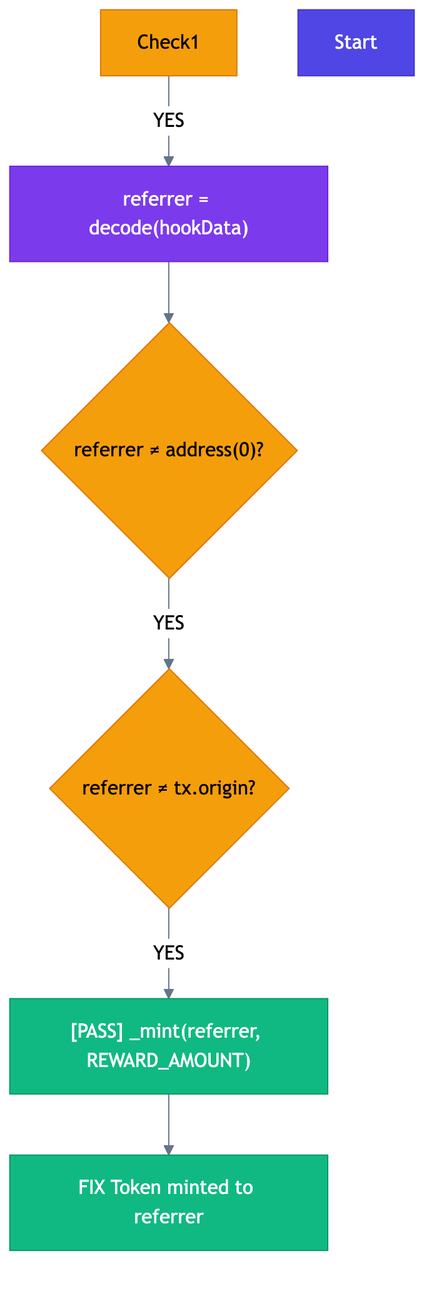
guglxni/the-fixer-hook keeps this Mermaid diagram as docs/diagrams/SYSTEM_DESIGN_4.png. Above is the earlier version. Its source is kept beside it as docs/diagrams/SYSTEM_DESIGN_4.mmd. Its diagram source:
```mermaid
%%{init: {'theme': 'neutral', 'themeVariables': { 'primaryColor': '#2563eb', 'primaryTextColor': '#1e293b', 'primaryBorderColor': '#3b82f6', 'lineColor': '#64748b', 'secondaryColor': '#f1f5f9', 'tertiaryColor': '#e2e8f0'}}}%%
flowchart TD
    Check1 -- "YES" --> Decode["referrer = decode(hookData)"]
    Decode --> Check2{"referrer ≠ address(0)?"}
    Check2 -- "YES" --> Check3{"referrer ≠ tx.origin?"}
    Check3 -- "YES" --> Mint["[PASS] _mint(referrer, REWARD_AMOUNT)"]
    Mint --> Result[" FIX Token minted to referrer"]
    style Start fill:#4F46E5,color:#fff,stroke:#4338CA
    style Check1 fill:#F59E0B,color:#000,stroke:#D97706
    style Decode fill:#7C3AED,color:#fff,stroke:#6D28D9
    style Check2 fill:#F59E0B,color:#000,stroke:#D97706
    style Check3 fill:#F59E0B,color:#000,stroke:#D97706
    style Mint fill:#10B981,color:#fff,stroke:#059669
    style Result fill:#10B981,color:#fff,stroke:#059669
```
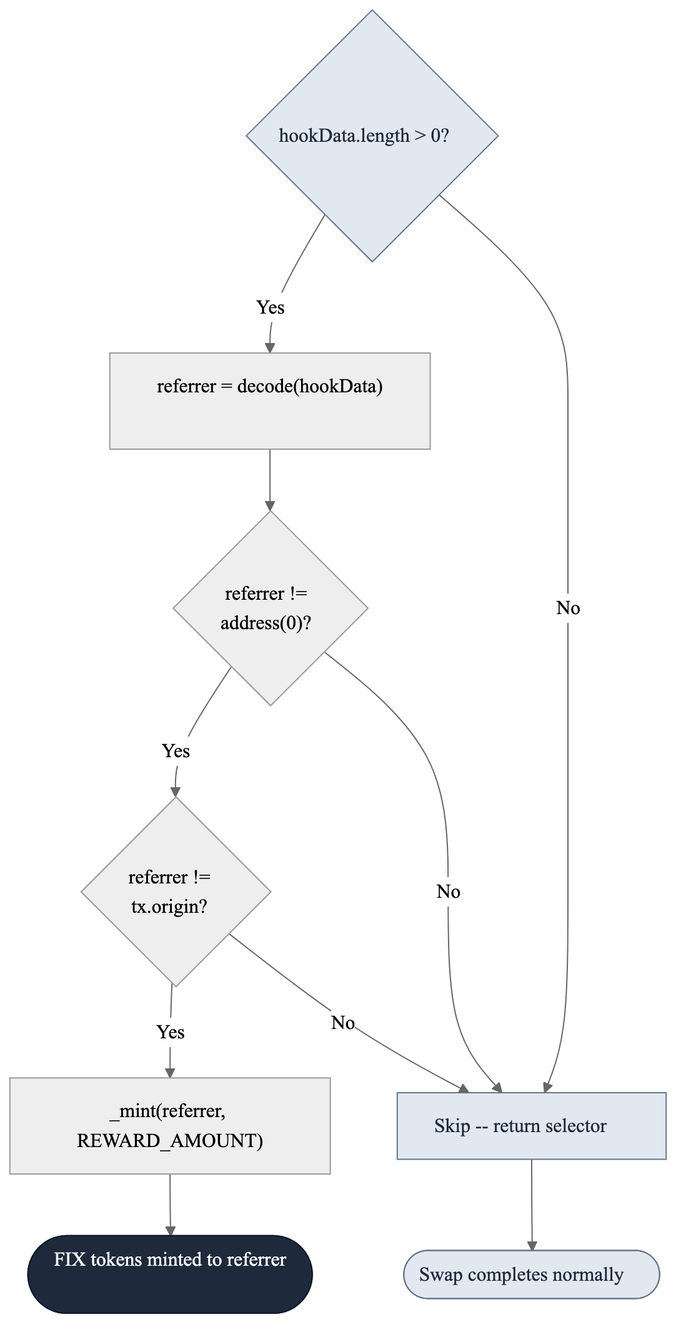
Above is the later version.

The edit, as a diff of the source:
```diff
@@ -1,14 +1,17 @@
-%%{init: {'theme': 'neutral', 'themeVariables': { 'primaryColor': '#2563eb', 'primaryTextColor': '#1e293b', 'primaryBorderColor': '#3b82f6', 'lineColor': '#64748b', 'secondaryColor': '#f1f5f9', 'tertiaryColor': '#e2e8f0'}}}%%
+%%{init: {'theme': 'neutral', 'themeVariables': {'fontFamily': 'Inter, system-ui, sans-serif'}}}%%
 flowchart TD
-    Check1 -- "YES" --> Decode["referrer = decode(hookData)"]
-    Decode --> Check2{"referrer ≠ address(0)?"}
-    Check2 -- "YES" --> Check3{"referrer ≠ tx.origin?"}
-    Check3 -- "YES" --> Mint["[PASS] _mint(referrer, REWARD_AMOUNT)"]
-    Mint --> Result[" FIX Token minted to referrer"]
-    style Start fill:#4F46E5,color:#fff,stroke:#4338CA
-    style Check1 fill:#F59E0B,color:#000,stroke:#D97706
-    style Decode fill:#7C3AED,color:#fff,stroke:#6D28D9
-    style Check2 fill:#F59E0B,color:#000,stroke:#D97706
-    style Check3 fill:#F59E0B,color:#000,stroke:#D97706
-    style Mint fill:#10B981,color:#fff,stroke:#059669
-    style Result fill:#10B981,color:#fff,stroke:#059669
+    Start{"hookData.length > 0?"} -->|Yes| Decode["referrer = decode(hookData)"]
+    Decode --> Check2{"referrer !=<br/>address(0)?"}
+    Check2 -->|Yes| Check3{"referrer !=<br/>tx.origin?"}
+    Check3 -->|Yes| Mint["_mint(referrer, REWARD_AMOUNT)"]
+    Mint --> Result(["FIX tokens minted to referrer"])
+
+    Start -->|No| Skip
+    Check2 -->|No| Skip
+    Check3 -->|No| Skip
+    Skip["Skip -- return selector"] --> Done(["Swap completes normally"])
+
+    style Start fill:#e2e8f0,color:#1e293b,stroke:#64748b
+    style Result fill:#1e293b,color:#f8fafc,stroke:#0f172a
+    style Done fill:#e2e8f0,color:#1e293b,stroke:#64748b
+    style Skip fill:#e2e8f0,color:#1e293b,stroke:#64748b
```
